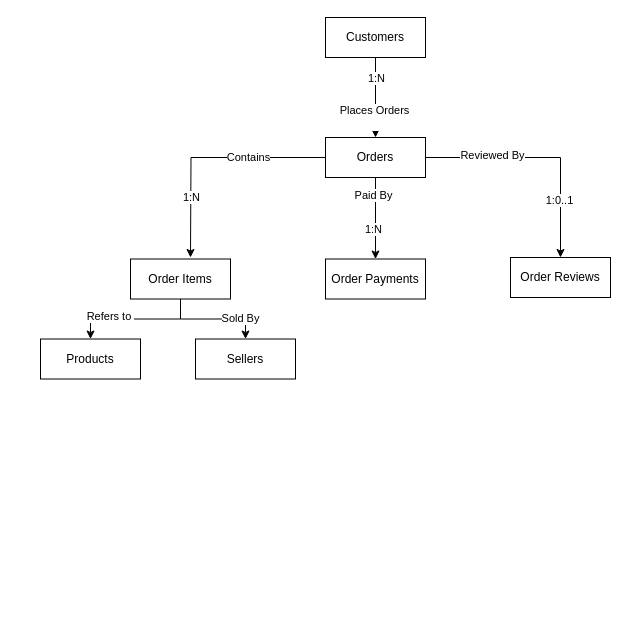
Above: docs/diagrams/conceptual-erd.drawio in neeleshksingh/Ecommerce-Sales-Analytics (draw.io), before the change. Source tidied: cells renumbered, new cells numbered last; positions are measured from the earlier drawing's top-left corner, leaving out a move shared by most shapes. Both pictures are drawn from the tidied source at 100%, with x=0, y=0 at pixel (40, 17).
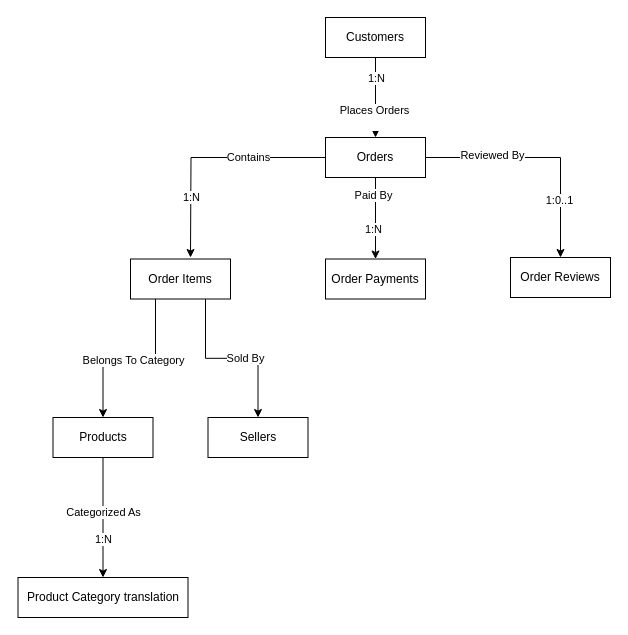
After the change.

Commit message (it also covers changes not shown here):
Add Product Category Translation documentation

The change refers to these unchanged cells:
```xml
<mxCell id="20" value="Order Items" style="whiteSpace=wrap;html=1;align=center;" parent="1" vertex="1">
  <mxGeometry x="90" y="241.5" width="100" height="40" as="geometry" />
</mxCell>
```

Change to the diagram source:
```diff
@@
-    <mxCell id="16" style="edgeStyle=orthogonalEdgeStyle;rounded=0;jettySize=auto;html=1;" parent="1" edge="1" source="20" target="21">
+    <mxCell id="16" style="edgeStyle=orthogonalEdgeStyle;rounded=0;jettySize=auto;html=1;exitX=0.25;exitY=1;exitDx=0;exitDy=0;entryX=0.5;entryY=0;entryDx=0;entryDy=0;" parent="1" edge="1" source="20" target="21">
       <mxGeometry relative="1" as="geometry" />
     </mxCell>
-    <mxCell id="17" value="Refers to&amp;nbsp;" style="edgeLabel;html=1;align=center;verticalAlign=middle;" parent="16" vertex="1">
-      <mxGeometry x="0.4" y="-3" relative="1" as="geometry" />
-    </mxCell>
+    <mxCell id="25" value="Belongs To Category" style="edgeLabel;html=1;align=center;verticalAlign=middle;" parent="16" vertex="1">
+      <mxGeometry x="-0.04" y="2" relative="1" as="geometry" />
+    </mxCell>
-    <mxCell id="18" style="edgeStyle=orthogonalEdgeStyle;rounded=0;jettySize=auto;html=1;entryX=0.5;entryY=0;entryDx=0;entryDy=0;" parent="1" edge="1" source="20" target="22">
+    <mxCell id="18" style="edgeStyle=orthogonalEdgeStyle;rounded=0;jettySize=auto;html=1;exitX=0.75;exitY=1;exitDx=0;exitDy=0;entryX=0.5;entryY=0;entryDx=0;entryDy=0;" parent="1" edge="1" source="20" target="22">
       <mxGeometry relative="1" as="geometry" />
     </mxCell>
     <mxCell id="19" value="Sold By" style="edgeLabel;html=1;align=center;verticalAlign=middle;" parent="18" vertex="1">
-      <mxGeometry x="0.5" y="1" relative="1" as="geometry" />
+      <mxGeometry x="0.16" relative="1" as="geometry" />
     </mxCell>
@@
+    <mxCell id="26" style="edgeStyle=orthogonalEdgeStyle;rounded=0;jettySize=auto;html=1;exitX=0.5;exitY=1;exitDx=0;exitDy=0;entryX=0.5;entryY=0;entryDx=0;entryDy=0;" parent="1" edge="1" source="21" target="29">
+      <mxGeometry relative="1" as="geometry" />
+    </mxCell>
+    <mxCell id="27" value="Categorized As" style="edgeLabel;html=1;align=center;verticalAlign=middle;" parent="26" vertex="1">
+      <mxGeometry x="-0.1" relative="1" as="geometry" />
+    </mxCell>
+    <mxCell id="28" value="1:N" style="edgeLabel;html=1;align=center;verticalAlign=middle;" parent="26" vertex="1">
+      <mxGeometry x="0.35" relative="1" as="geometry" />
+    </mxCell>
     <mxCell id="21" value="Products" style="whiteSpace=wrap;html=1;align=center;" parent="1" vertex="1">
-      <mxGeometry y="321.5" width="100" height="40" as="geometry" />
+      <mxGeometry x="12.5" y="400" width="100" height="40" as="geometry" />
     </mxCell>
     <mxCell id="22" value="Sellers" style="whiteSpace=wrap;html=1;align=center;" parent="1" vertex="1">
-      <mxGeometry x="155" y="321.5" width="100" height="40" as="geometry" />
+      <mxGeometry x="167.5" y="400" width="100" height="40" as="geometry" />
     </mxCell>
@@
+    <mxCell id="29" value="Product Category translation" style="whiteSpace=wrap;html=1;align=center;" parent="1" vertex="1">
+      <mxGeometry x="-22.5" y="560" width="170" height="40" as="geometry" />
+    </mxCell>
```
